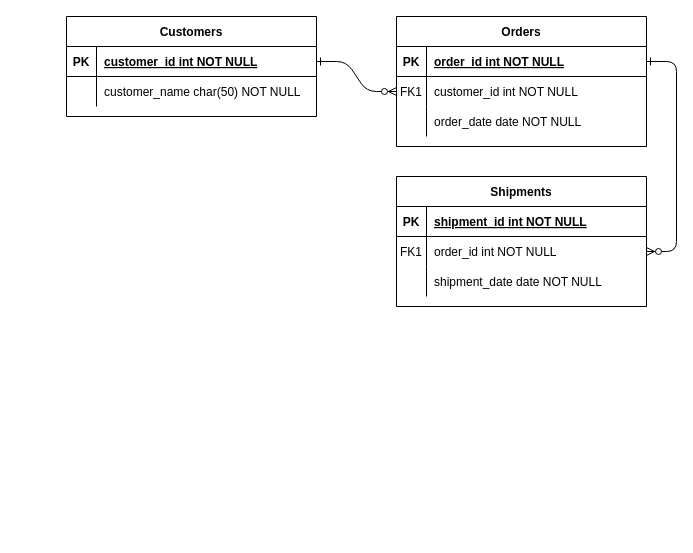
This is Untitled Diagram.drawio from vengie/DataModeling, a draw.io file, before an edit. Source tidied: cells renumbered, new cells numbered last; positions are measured from the earlier drawing's top-left corner, leaving out a move shared by most shapes. Both pictures are drawn from the tidied source at 100%, with x=0, y=0 at pixel (66, 16).
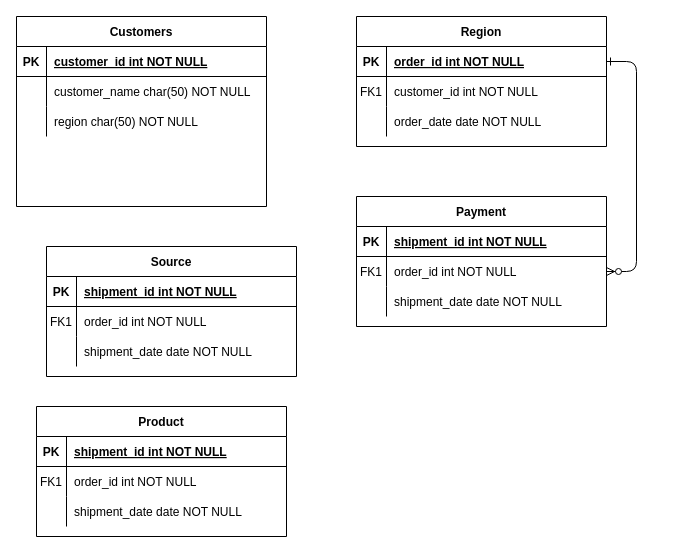
Above is the later version.

The change refers to these unchanged cells:
```xml
<mxCell id="8" style="shape=partialRectangle;fillColor=none;points=[[0,0.5],[1,0.5]];portConstraint=eastwest;top=0;left=0;right=0;bottom=0;" parent="4" vertex="1">
  <mxGeometry y="60" width="250" height="30" as="geometry" />
</mxCell>
<mxCell id="25" style="shape=partialRectangle;fillColor=none;points=[[0,0.5],[1,0.5]];portConstraint=eastwest;top=0;left=0;right=0;bottom=1;" parent="24" vertex="1">
  <mxGeometry y="30" width="250" height="30" as="geometry" />
</mxCell>
```

Change to the diagram source:
```diff
@@
-    <mxCell id="2" style="edgeStyle=entityRelationEdgeStyle;endArrow=ERzeroToMany;startArrow=ERone;endFill=1;startFill=0;" parent="1" edge="1" source="25" target="8">
-      <mxGeometry relative="1" as="geometry" />
-    </mxCell>
@@
-    <mxCell id="4" value="Orders" style="shape=table;startSize=30;childLayout=tableLayout;rowLines=0;fontStyle=1;align=center;" parent="1" vertex="1">
-      <mxGeometry x="330" width="250" height="130" as="geometry" />
+    <mxCell id="4" value="Region" style="shape=table;startSize=30;childLayout=tableLayout;rowLines=0;fontStyle=1;align=center;" parent="1" vertex="1">
+      <mxGeometry x="290" width="250" height="130" as="geometry" />
     </mxCell>
@@
-    <mxCell id="14" value="Shipments" style="shape=table;startSize=30;childLayout=tableLayout;rowLines=0;fontStyle=1;align=center;" parent="1" vertex="1">
-      <mxGeometry x="330" y="160" width="250" height="130" as="geometry" />
+    <mxCell id="14" value="Payment" style="shape=table;startSize=30;childLayout=tableLayout;rowLines=0;fontStyle=1;align=center;" parent="1" vertex="1">
+      <mxGeometry x="290" y="180" width="250" height="130" as="geometry" />
     </mxCell>
@@
     <mxCell id="24" value="Customers" style="shape=table;startSize=30;childLayout=tableLayout;rowLines=0;fontStyle=1;align=center;" parent="1" vertex="1">
-      <mxGeometry width="250" height="100" as="geometry" />
+      <mxGeometry x="-50" width="250" height="190" as="geometry" />
     </mxCell>
@@
+    <mxCell id="31" style="shape=partialRectangle;fillColor=none;top=0;left=0;right=0;bottom=0;" parent="24" vertex="1">
+      <mxGeometry y="90" width="250" height="30" as="geometry" />
+    </mxCell>
+    <mxCell id="32" style="shape=partialRectangle;overflow=hidden;fillColor=none;top=0;left=0;bottom=0;right=0;" parent="31" vertex="1">
+      <mxGeometry width="30" height="30" as="geometry" />
+    </mxCell>
+    <mxCell id="33" value="region char(50) NOT NULL" style="shape=partialRectangle;overflow=hidden;fillColor=none;top=0;left=0;bottom=0;right=0;align=left;spacingLeft=6;" parent="31" vertex="1">
+      <mxGeometry x="30" width="220" height="30" as="geometry" />
+    </mxCell>
+    <mxCell id="34" value="Source" style="shape=table;startSize=30;childLayout=tableLayout;rowLines=0;fontStyle=1;align=center;" parent="1" vertex="1">
+      <mxGeometry x="-20" y="230" width="250" height="130" as="geometry" />
+    </mxCell>
+    <mxCell id="35" style="shape=partialRectangle;fillColor=none;top=0;left=0;right=0;bottom=1;" parent="34" vertex="1">
+      <mxGeometry y="30" width="250" height="30" as="geometry" />
+    </mxCell>
+    <mxCell id="36" value="PK" style="shape=partialRectangle;overflow=hidden;fillColor=none;top=0;left=0;bottom=0;right=0;fontStyle=1;" parent="35" vertex="1">
+      <mxGeometry width="30" height="30" as="geometry" />
+    </mxCell>
+    <mxCell id="37" value="shipment_id int NOT NULL " style="shape=partialRectangle;overflow=hidden;fillColor=none;top=0;left=0;bottom=0;right=0;align=left;spacingLeft=6;fontStyle=5;" parent="35" vertex="1">
+      <mxGeometry x="30" width="220" height="30" as="geometry" />
+    </mxCell>
+    <mxCell id="38" style="shape=partialRectangle;fillColor=none;top=0;left=0;right=0;bottom=0;" parent="34" vertex="1">
+      <mxGeometry y="60" width="250" height="30" as="geometry" />
+    </mxCell>
+    <mxCell id="39" value="FK1" style="shape=partialRectangle;overflow=hidden;fillColor=none;top=0;left=0;bottom=0;right=0;" parent="38" vertex="1">
+      <mxGeometry width="30" height="30" as="geometry" />
+    </mxCell>
+    <mxCell id="40" value="order_id int NOT NULL" style="shape=partialRectangle;overflow=hidden;fillColor=none;top=0;left=0;bottom=0;right=0;align=left;spacingLeft=6;" parent="38" vertex="1">
+      <mxGeometry x="30" width="220" height="30" as="geometry" />
+    </mxCell>
+    <mxCell id="41" style="shape=partialRectangle;fillColor=none;top=0;left=0;right=0;bottom=0;" parent="34" vertex="1">
+      <mxGeometry y="90" width="250" height="30" as="geometry" />
+    </mxCell>
+    <mxCell id="42" style="shape=partialRectangle;overflow=hidden;fillColor=none;top=0;left=0;bottom=0;right=0;" parent="41" vertex="1">
+      <mxGeometry width="30" height="30" as="geometry" />
+    </mxCell>
+    <mxCell id="43" value="shipment_date date NOT NULL" style="shape=partialRectangle;overflow=hidden;fillColor=none;top=0;left=0;bottom=0;right=0;align=left;spacingLeft=6;" parent="41" vertex="1">
+      <mxGeometry x="30" width="220" height="30" as="geometry" />
+    </mxCell>
+    <mxCell id="44" value="Product" style="shape=table;startSize=30;childLayout=tableLayout;rowLines=0;fontStyle=1;align=center;" parent="1" vertex="1">
+      <mxGeometry x="-30" y="390" width="250" height="130" as="geometry" />
+    </mxCell>
+    <mxCell id="45" style="shape=partialRectangle;fillColor=none;top=0;left=0;right=0;bottom=1;" parent="44" vertex="1">
+      <mxGeometry y="30" width="250" height="30" as="geometry" />
+    </mxCell>
+    <mxCell id="46" value="PK" style="shape=partialRectangle;overflow=hidden;fillColor=none;top=0;left=0;bottom=0;right=0;fontStyle=1;" parent="45" vertex="1">
+      <mxGeometry width="30" height="30" as="geometry" />
+    </mxCell>
+    <mxCell id="47" value="shipment_id int NOT NULL " style="shape=partialRectangle;overflow=hidden;fillColor=none;top=0;left=0;bottom=0;right=0;align=left;spacingLeft=6;fontStyle=5;" parent="45" vertex="1">
+      <mxGeometry x="30" width="220" height="30" as="geometry" />
+    </mxCell>
+    <mxCell id="48" style="shape=partialRectangle;fillColor=none;top=0;left=0;right=0;bottom=0;" parent="44" vertex="1">
+      <mxGeometry y="60" width="250" height="30" as="geometry" />
+    </mxCell>
+    <mxCell id="49" value="FK1" style="shape=partialRectangle;overflow=hidden;fillColor=none;top=0;left=0;bottom=0;right=0;" parent="48" vertex="1">
+      <mxGeometry width="30" height="30" as="geometry" />
+    </mxCell>
+    <mxCell id="50" value="order_id int NOT NULL" style="shape=partialRectangle;overflow=hidden;fillColor=none;top=0;left=0;bottom=0;right=0;align=left;spacingLeft=6;" parent="48" vertex="1">
+      <mxGeometry x="30" width="220" height="30" as="geometry" />
+    </mxCell>
+    <mxCell id="51" style="shape=partialRectangle;fillColor=none;top=0;left=0;right=0;bottom=0;" parent="44" vertex="1">
+      <mxGeometry y="90" width="250" height="30" as="geometry" />
+    </mxCell>
+    <mxCell id="52" style="shape=partialRectangle;overflow=hidden;fillColor=none;top=0;left=0;bottom=0;right=0;" parent="51" vertex="1">
+      <mxGeometry width="30" height="30" as="geometry" />
+    </mxCell>
+    <mxCell id="53" value="shipment_date date NOT NULL" style="shape=partialRectangle;overflow=hidden;fillColor=none;top=0;left=0;bottom=0;right=0;align=left;spacingLeft=6;" parent="51" vertex="1">
+      <mxGeometry x="30" width="220" height="30" as="geometry" />
+    </mxCell>
```
